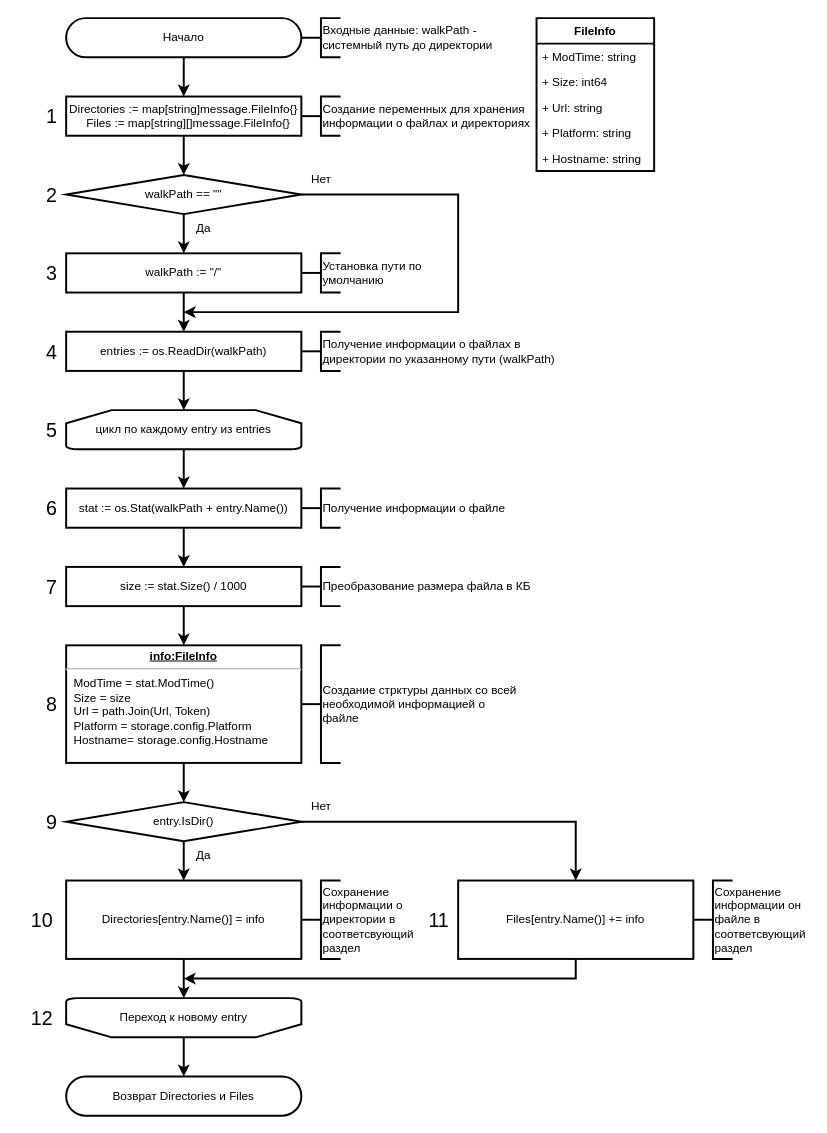
The draw.io diagram page "collect-filesystem" (2 of 8) of images/algorithm/storage/algorithm-storage.drawio in necroin/vss-docs, before the edit. Source tidied: cells renumbered, new cells numbered last; positions are measured from the earlier drawing's top-left corner, leaving out a move shared by most shapes. Both pictures are drawn from the tidied source at 98%, with x=0, y=0 at pixel (17, 18).
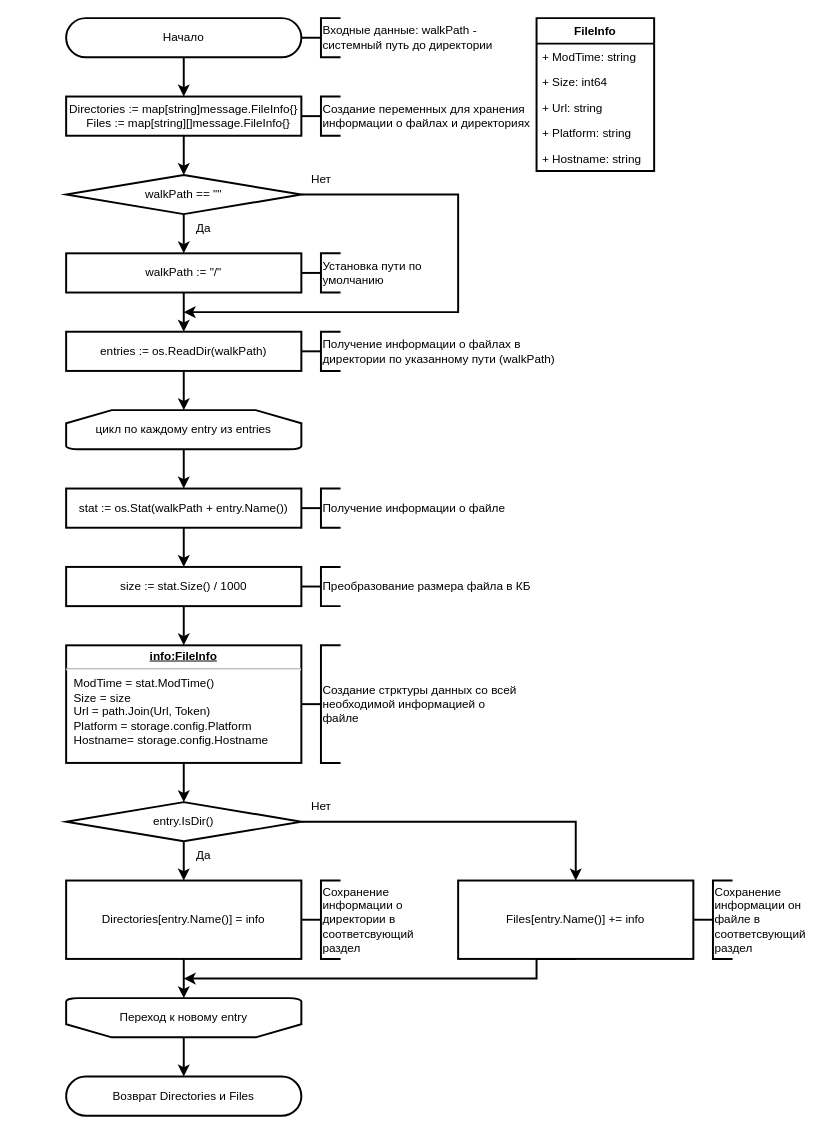
Above is the later version.

The change refers to these unchanged cells:
```xml
<mxCell id="32" value="Files[entry.Name()] += info" style="rounded=0;whiteSpace=wrap;html=1;strokeWidth=2;" parent="1" vertex="1">
  <mxGeometry x="450" y="880" width="240" height="80" as="geometry" />
</mxCell>
```

Change to the diagram source:
```diff
@@
     <mxCell id="38" style="endArrow=classic;html=1;rounded=0;strokeWidth=2;exitX=0.5;exitY=1;exitDx=0;exitDy=0;edgeStyle=orthogonalEdgeStyle;" parent="1" edge="1" source="32">
       <mxGeometry relative="1" as="geometry">
         <mxPoint x="170" y="980" as="targetPoint" />
         <Array as="points">
-          <mxPoint x="570" y="980" />
+          <mxPoint x="530" y="980" />
         </Array>
       </mxGeometry>
     </mxCell>
@@
-    <mxCell id="55" value="1" style="text;html=1;align=center;verticalAlign=middle;strokeColor=none;fillColor=none;fontSize=20;strokeWidth=2;" parent="1" vertex="1">
-      <mxGeometry x="20" y="80" width="30" height="40" as="geometry" />
-    </mxCell>
-    <mxCell id="56" value="2" style="text;html=1;align=center;verticalAlign=middle;strokeColor=none;fillColor=none;fontSize=20;strokeWidth=2;" parent="1" vertex="1">
-      <mxGeometry x="20" y="160" width="30" height="40" as="geometry" />
-    </mxCell>
-    <mxCell id="57" value="3" style="text;html=1;align=center;verticalAlign=middle;strokeColor=none;fillColor=none;fontSize=20;strokeWidth=2;" parent="1" vertex="1">
-      <mxGeometry x="20" y="240" width="30" height="40" as="geometry" />
-    </mxCell>
-    <mxCell id="58" value="4" style="text;html=1;align=center;verticalAlign=middle;strokeColor=none;fillColor=none;fontSize=20;strokeWidth=2;" parent="1" vertex="1">
-      <mxGeometry x="20" y="320" width="30" height="40" as="geometry" />
-    </mxCell>
-    <mxCell id="59" value="5" style="text;html=1;align=center;verticalAlign=middle;strokeColor=none;fillColor=none;fontSize=20;strokeWidth=2;" parent="1" vertex="1">
-      <mxGeometry x="20" y="400" width="30" height="40" as="geometry" />
-    </mxCell>
-    <mxCell id="60" value="6" style="text;html=1;align=center;verticalAlign=middle;strokeColor=none;fillColor=none;fontSize=20;strokeWidth=2;" parent="1" vertex="1">
-      <mxGeometry x="20" y="480" width="30" height="40" as="geometry" />
-    </mxCell>
-    <mxCell id="61" value="7" style="text;html=1;align=center;verticalAlign=middle;strokeColor=none;fillColor=none;fontSize=20;strokeWidth=2;" parent="1" vertex="1">
-      <mxGeometry x="20" y="560" width="30" height="40" as="geometry" />
-    </mxCell>
-    <mxCell id="62" value="8" style="text;html=1;align=center;verticalAlign=middle;strokeColor=none;fillColor=none;fontSize=20;strokeWidth=2;" parent="1" vertex="1">
-      <mxGeometry x="20" y="680" width="30" height="40" as="geometry" />
-    </mxCell>
-    <mxCell id="63" value="9" style="text;html=1;align=center;verticalAlign=middle;strokeColor=none;fillColor=none;fontSize=20;strokeWidth=2;" parent="1" vertex="1">
-      <mxGeometry x="20" y="800" width="30" height="40" as="geometry" />
-    </mxCell>
-    <mxCell id="64" value="10" style="text;html=1;align=center;verticalAlign=middle;strokeColor=none;fillColor=none;fontSize=20;strokeWidth=2;" parent="1" vertex="1">
-      <mxGeometry y="900" width="50" height="40" as="geometry" />
-    </mxCell>
-    <mxCell id="65" value="11" style="text;html=1;align=center;verticalAlign=middle;strokeColor=none;fillColor=none;fontSize=20;strokeWidth=2;" parent="1" vertex="1">
-      <mxGeometry x="410" y="900" width="40" height="40" as="geometry" />
-    </mxCell>
-    <mxCell id="66" value="12" style="text;html=1;align=center;verticalAlign=middle;strokeColor=none;fillColor=none;fontSize=20;strokeWidth=2;" parent="1" vertex="1">
-      <mxGeometry y="1000" width="50" height="40" as="geometry" />
-    </mxCell>
```
